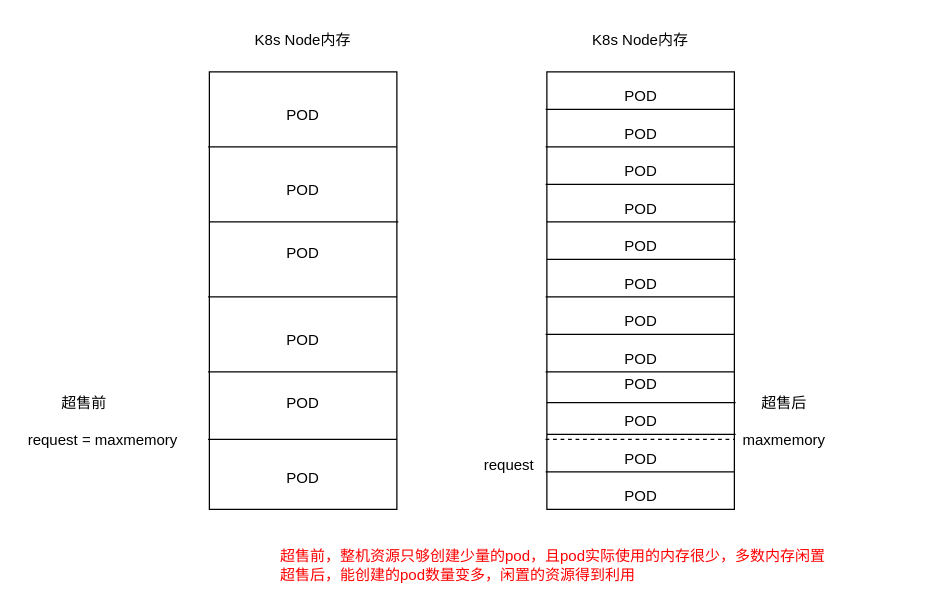
Above: diagrams/Untitled Diagram.drawio in fengyinqiao/cloudimg (draw.io), before the change. Source tidied: cells renumbered, new cells numbered last; positions are measured from the earlier drawing's top-left corner, leaving out a move shared by most shapes. Both pictures are drawn from the tidied source at 125%, with x=0, y=0 at pixel (21, 21).
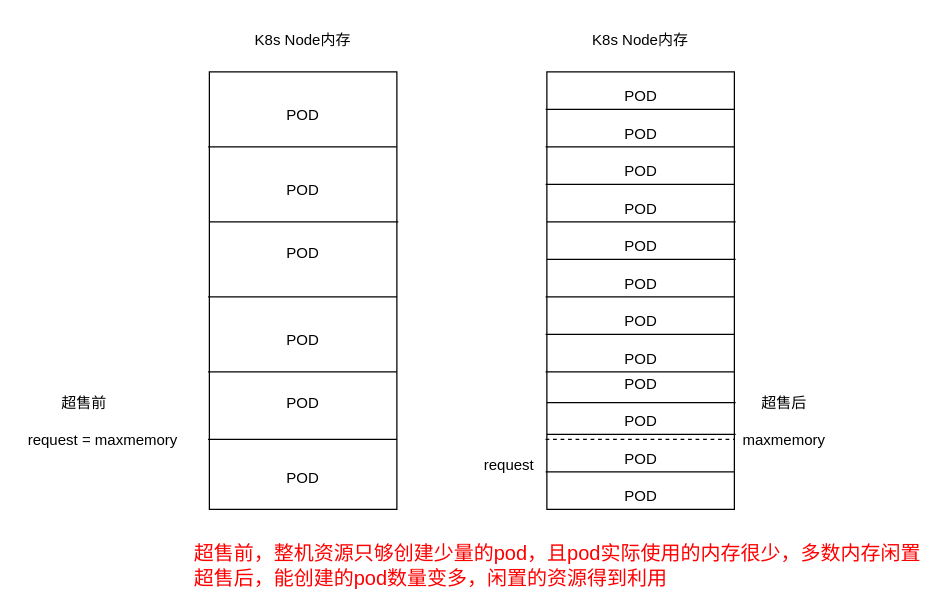
The same page after the edit.

Change to the diagram source:
```diff
@@
-    <mxCell id="46" value="&lt;font color=&quot;#ff0000&quot;&gt;超售前，整机资源只够创建少量的pod，且pod实际使用的内存很少，多数内存闲置&lt;br&gt;超售后，能创建的pod数量变多，闲置的资源得到利用&lt;/font&gt;" style="text;html=1;strokeColor=none;fillColor=none;align=left;verticalAlign=middle;whiteSpace=wrap;rounded=0;" parent="1" vertex="1">
-      <mxGeometry x="205" y="420" width="465" height="30" as="geometry" />
+    <mxCell id="46" value="&lt;font color=&quot;#ff0000&quot; style=&quot;font-size: 16px&quot;&gt;超售前，整机资源只够创建少量的pod，且pod实际使用的内存很少，多数内存闲置&lt;br&gt;超售后，能创建的pod数量变多，闲置的资源得到利用&lt;/font&gt;" style="text;html=1;strokeColor=none;fillColor=none;align=left;verticalAlign=middle;whiteSpace=wrap;rounded=0;" parent="1" vertex="1">
+      <mxGeometry x="136" y="420" width="588" height="30" as="geometry" />
     </mxCell>
```
